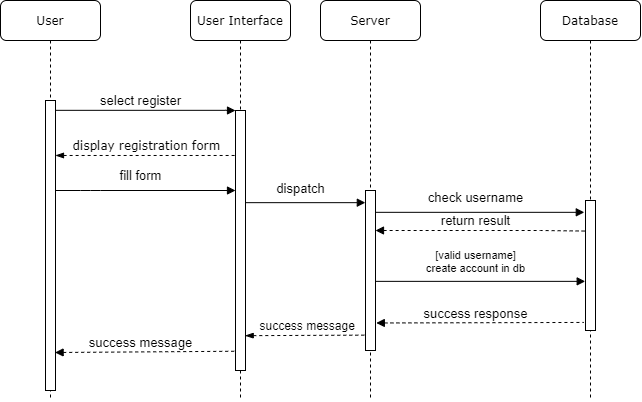
Before: rezervito-hw-03/Rezervito Diagrams/RegistrationSequenceDiagram.png, a diagram exported from draw.io (ivanchuchulski/fmi-requirements-analisys). Source tidied: cells renumbered, new cells last; positions are measured from the earlier drawing's top-left corner, leaving out a move shared by most shapes.
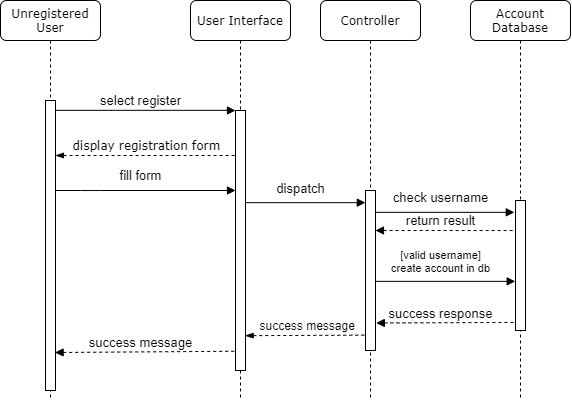
The same file after the commit.

Commit message:
Change reservation sequence diagram module names

The edit, as a diff of the source:
```diff
@@ -8,19 +8,19 @@
     <mxCell id="3" style="html=1;points=[];perimeter=orthogonalPerimeter;rounded=0;shadow=0;comic=0;labelBackgroundColor=none;strokeWidth=1;fontFamily=Verdana;fontSize=12;align=center;" parent="2" vertex="1">
       <mxGeometry x="45" y="110" width="10" height="260" as="geometry" />
     </mxCell>
-    <mxCell id="4" value="Server" style="shape=umlLifeline;perimeter=lifelinePerimeter;whiteSpace=wrap;html=1;rounded=1;shadow=0;comic=0;labelBackgroundColor=none;strokeWidth=1;fontFamily=Verdana;fontSize=12;align=center;" parent="1" vertex="1">
+    <mxCell id="4" value="Controller" style="shape=umlLifeline;perimeter=lifelinePerimeter;whiteSpace=wrap;html=1;rounded=1;shadow=0;comic=0;labelBackgroundColor=none;strokeWidth=1;fontFamily=Verdana;fontSize=12;align=center;" parent="1" vertex="1">
       <mxGeometry x="320" width="100" height="400" as="geometry" />
     </mxCell>
     <mxCell id="5" style="html=1;points=[];perimeter=orthogonalPerimeter;rounded=0;shadow=0;comic=0;labelBackgroundColor=none;strokeWidth=1;fontFamily=Verdana;fontSize=12;align=center;" parent="4" vertex="1">
       <mxGeometry x="45" y="190" width="10" height="160" as="geometry" />
     </mxCell>
-    <mxCell id="6" value="Database" style="shape=umlLifeline;perimeter=lifelinePerimeter;whiteSpace=wrap;html=1;rounded=1;shadow=0;comic=0;labelBackgroundColor=none;strokeWidth=1;fontFamily=Verdana;fontSize=12;align=center;" parent="1" vertex="1">
-      <mxGeometry x="540" width="100" height="400" as="geometry" />
+    <mxCell id="6" value="Account Database" style="shape=umlLifeline;perimeter=lifelinePerimeter;whiteSpace=wrap;html=1;rounded=1;shadow=0;comic=0;labelBackgroundColor=none;strokeWidth=1;fontFamily=Verdana;fontSize=12;align=center;" parent="1" vertex="1">
+      <mxGeometry x="470" width="100" height="400" as="geometry" />
     </mxCell>
     <mxCell id="7" style="html=1;points=[];perimeter=orthogonalPerimeter;rounded=0;shadow=0;comic=0;labelBackgroundColor=none;strokeWidth=1;fontFamily=Verdana;fontSize=12;align=center;" parent="6" vertex="1">
       <mxGeometry x="45" y="200" width="10" height="130" as="geometry" />
     </mxCell>
-    <mxCell id="8" value="User" style="shape=umlLifeline;perimeter=lifelinePerimeter;whiteSpace=wrap;html=1;rounded=1;shadow=0;comic=0;labelBackgroundColor=none;strokeWidth=1;fontFamily=Verdana;fontSize=12;align=center;" parent="1" vertex="1">
+    <mxCell id="8" value="Unregistered User" style="shape=umlLifeline;perimeter=lifelinePerimeter;whiteSpace=wrap;html=1;rounded=1;shadow=0;comic=0;labelBackgroundColor=none;strokeWidth=1;fontFamily=Verdana;fontSize=12;align=center;" parent="1" vertex="1">
       <mxGeometry width="100" height="400" as="geometry" />
     </mxCell>
     <mxCell id="9" style="html=1;points=[];perimeter=orthogonalPerimeter;rounded=0;shadow=0;comic=0;labelBackgroundColor=none;strokeWidth=1;fontFamily=Verdana;fontSize=12;align=center;" parent="8" vertex="1">
@@ -67,18 +67,6 @@
         <mxPoint x="-5" y="20" as="offset" />
       </mxGeometry>
     </mxCell>
-    <mxCell id="19" style="html=1;verticalAlign=bottom;endArrow=none;labelBackgroundColor=none;fontFamily=Verdana;fontSize=12;elbow=vertical;rounded=0;endFill=0;startArrow=block;startFill=1;dashed=1;entryX=-0.029;entryY=0.235;entryDx=0;entryDy=0;entryPerimeter=0;" parent="1" edge="1" source="5" target="7">
-      <mxGeometry relative="1" as="geometry">
-        <Array as="points">
-          <mxPoint x="540" y="230" />
-        </Array>
-      </mxGeometry>
-    </mxCell>
-    <mxCell id="20" value="return result" style="edgeLabel;html=1;align=center;verticalAlign=middle;fontSize=13;" parent="19" vertex="1">
-      <mxGeometry y="35" relative="1" as="geometry">
-        <mxPoint x="-5" y="25" as="offset" />
-      </mxGeometry>
-    </mxCell>
     <mxCell id="21" style="html=1;verticalAlign=bottom;endArrow=block;labelBackgroundColor=none;fontFamily=Verdana;fontSize=12;elbow=vertical;rounded=0;entryX=-0.029;entryY=0.622;entryDx=0;entryDy=0;entryPerimeter=0;" parent="1" edge="1" source="5" target="7">
       <mxGeometry relative="1" as="geometry" />
     </mxCell>
@@ -106,5 +94,15 @@
     <mxCell id="27" value="&lt;span style=&quot;font-family: &amp;#34;helvetica&amp;#34; ; background-color: rgb(255 , 255 , 255)&quot;&gt;&amp;nbsp;success message&lt;/span&gt;" style="html=1;verticalAlign=bottom;endArrow=none;entryX=0.032;entryY=0.904;labelBackgroundColor=none;fontFamily=Verdana;fontSize=12;elbow=vertical;endFill=0;startArrow=blockThin;startFill=1;entryDx=0;entryDy=0;entryPerimeter=0;dashed=1;exitX=0.968;exitY=0.866;exitDx=0;exitDy=0;exitPerimeter=0;" parent="1" edge="1" source="3" target="5">
       <mxGeometry relative="1" as="geometry" />
     </mxCell>
+    <mxCell id="28" style="html=1;verticalAlign=bottom;endArrow=none;labelBackgroundColor=none;fontFamily=Verdana;fontSize=12;elbow=vertical;rounded=0;endFill=0;startArrow=block;startFill=1;dashed=1;entryX=-0.074;entryY=0.231;entryDx=0;entryDy=0;entryPerimeter=0;" parent="1" edge="1" target="7">
+      <mxGeometry relative="1" as="geometry">
+        <mxPoint x="375" y="230" as="sourcePoint" />
+      </mxGeometry>
+    </mxCell>
+    <mxCell id="20" value="return result" style="edgeLabel;html=1;align=center;verticalAlign=middle;fontSize=13;" parent="28" vertex="1">
+      <mxGeometry y="35" relative="1" as="geometry">
+        <mxPoint x="-5" y="25" as="offset" />
+      </mxGeometry>
+    </mxCell>
   </root>
 </mxGraphModel>
```
